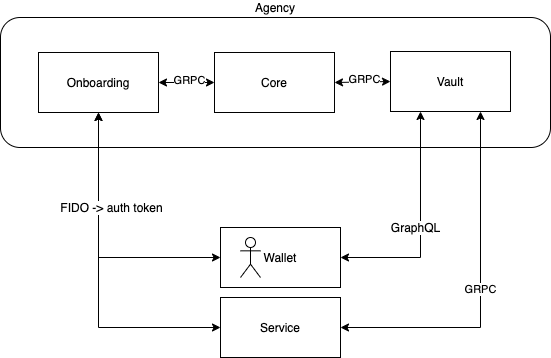
This is docs/arch-drawio.png from findy-network/findy-agent-vault, a draw.io export, as it was before one commit. Source tidied: cells renumbered, new cells last; positions are measured from the earlier drawing's top-left corner, leaving out a move shared by most shapes. The source it was exported from:
```xml
<mxGraphModel>
  <root>
    <mxCell id="0" />
    <mxCell id="1" parent="0" />
    <mxCell id="2" value="Agency" style="rounded=1;whiteSpace=wrap;html=1;labelPosition=center;verticalLabelPosition=top;align=center;verticalAlign=bottom;" parent="1" vertex="1">
      <mxGeometry width="550" height="130" as="geometry" />
    </mxCell>
    <mxCell id="3" value="Onboarding" style="rounded=0;whiteSpace=wrap;html=1;" parent="1" vertex="1">
      <mxGeometry x="38" y="35" width="120" height="60" as="geometry" />
    </mxCell>
    <mxCell id="4" value="Core" style="rounded=0;whiteSpace=wrap;html=1;" parent="1" vertex="1">
      <mxGeometry x="214" y="35" width="120" height="60" as="geometry" />
    </mxCell>
    <mxCell id="5" value="Vault" style="rounded=0;whiteSpace=wrap;html=1;" parent="1" vertex="1">
      <mxGeometry x="390" y="34" width="120" height="60" as="geometry" />
    </mxCell>
    <mxCell id="6" value="Wallet" style="rounded=0;whiteSpace=wrap;html=1;" parent="1" vertex="1">
      <mxGeometry x="220" y="210" width="120" height="60" as="geometry" />
    </mxCell>
    <mxCell id="7" style="shape=umlActor;verticalLabelPosition=bottom;verticalAlign=top;html=1;" parent="1" vertex="1">
      <mxGeometry x="240" y="220" width="20" height="40" as="geometry" />
    </mxCell>
    <mxCell id="8" style="endArrow=classic;startArrow=classic;html=1;exitX=0;exitY=0.5;exitDx=0;exitDy=0;entryX=0.5;entryY=1;entryDx=0;entryDy=0;rounded=0;" parent="1" edge="1" source="6" target="3">
      <mxGeometry relative="1" as="geometry">
        <Array as="points">
          <mxPoint x="98" y="240" />
        </Array>
      </mxGeometry>
    </mxCell>
    <mxCell id="9" style="endArrow=classic;startArrow=classic;html=1;exitX=1;exitY=0.5;exitDx=0;exitDy=0;entryX=0;entryY=0.5;entryDx=0;entryDy=0;" parent="1" edge="1" source="4" target="5">
      <mxGeometry relative="1" as="geometry" />
    </mxCell>
    <mxCell id="10" value="GRPC" style="edgeLabel;html=1;align=center;verticalAlign=middle;" parent="9" vertex="1">
      <mxGeometry x="0.08" y="3" relative="1" as="geometry" />
    </mxCell>
    <mxCell id="11" style="endArrow=classic;startArrow=classic;html=1;entryX=0.25;entryY=1;entryDx=0;entryDy=0;exitX=1;exitY=0.5;exitDx=0;exitDy=0;rounded=0;" parent="1" edge="1" source="6" target="5">
      <mxGeometry relative="1" as="geometry">
        <Array as="points">
          <mxPoint x="420" y="240" />
        </Array>
      </mxGeometry>
    </mxCell>
    <mxCell id="12" value="GraphQL" style="text;html=1;align=center;verticalAlign=middle;labelBackgroundColor=#ffffff;" parent="1" vertex="1">
      <mxGeometry x="380" y="200" width="70" height="20" as="geometry" />
    </mxCell>
    <mxCell id="13" value="Service" style="rounded=0;whiteSpace=wrap;html=1;labelBackgroundColor=#ffffff;" parent="1" vertex="1">
      <mxGeometry x="220" y="280" width="120" height="60" as="geometry" />
    </mxCell>
    <mxCell id="14" style="endArrow=classic;startArrow=classic;html=1;entryX=0;entryY=0.5;entryDx=0;entryDy=0;exitX=0.5;exitY=1;exitDx=0;exitDy=0;rounded=0;" parent="1" edge="1" source="3" target="13">
      <mxGeometry relative="1" as="geometry">
        <Array as="points">
          <mxPoint x="98" y="310" />
        </Array>
      </mxGeometry>
    </mxCell>
    <mxCell id="15" value="FIDO -&amp;gt; auth token" style="text;html=1;align=center;verticalAlign=middle;labelBackgroundColor=#ffffff;" parent="1" vertex="1">
      <mxGeometry x="51" y="180" width="120" height="20" as="geometry" />
    </mxCell>
    <mxCell id="16" value="GRPC" style="endArrow=classic;startArrow=classic;html=1;entryX=0.75;entryY=1;entryDx=0;entryDy=0;exitX=1;exitY=0.5;exitDx=0;exitDy=0;rounded=0;" parent="1" edge="1" source="13" target="5">
      <mxGeometry relative="1" as="geometry">
        <Array as="points">
          <mxPoint x="480" y="310" />
        </Array>
      </mxGeometry>
    </mxCell>
    <mxCell id="17" style="endArrow=classic;startArrow=classic;html=1;exitX=1;exitY=0.5;exitDx=0;exitDy=0;entryX=0;entryY=0.5;entryDx=0;entryDy=0;" parent="1" edge="1" source="3" target="4">
      <mxGeometry relative="1" as="geometry" />
    </mxCell>
    <mxCell id="18" value="GRPC" style="edgeLabel;html=1;align=center;verticalAlign=middle;" parent="17" vertex="1">
      <mxGeometry x="0.08" y="3" relative="1" as="geometry" />
    </mxCell>
  </root>
</mxGraphModel>
```
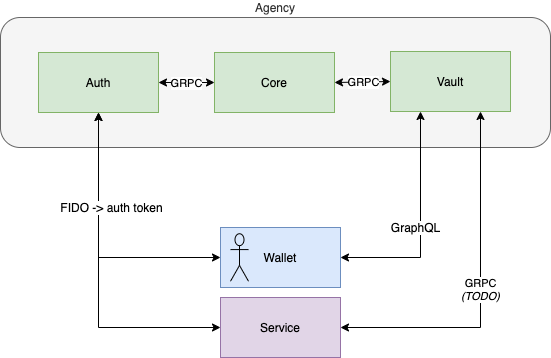
The same diagram one commit later.

Commit message:
Unify styling.

The edit, as a diff of the source:
```diff
@@ -2,23 +2,23 @@
   <root>
     <mxCell id="0" />
     <mxCell id="1" parent="0" />
-    <mxCell id="2" value="Agency" style="rounded=1;whiteSpace=wrap;html=1;labelPosition=center;verticalLabelPosition=top;align=center;verticalAlign=bottom;" parent="1" vertex="1">
+    <mxCell id="2" value="Agency" style="rounded=1;whiteSpace=wrap;html=1;labelPosition=center;verticalLabelPosition=top;align=center;verticalAlign=bottom;fillColor=#f5f5f5;strokeColor=#666666;fontColor=#333333;" parent="1" vertex="1">
       <mxGeometry width="550" height="130" as="geometry" />
     </mxCell>
-    <mxCell id="3" value="Onboarding" style="rounded=0;whiteSpace=wrap;html=1;" parent="1" vertex="1">
+    <mxCell id="3" value="Auth" style="rounded=0;whiteSpace=wrap;html=1;fillColor=#d5e8d4;strokeColor=#82b366;" parent="1" vertex="1">
       <mxGeometry x="38" y="35" width="120" height="60" as="geometry" />
     </mxCell>
-    <mxCell id="4" value="Core" style="rounded=0;whiteSpace=wrap;html=1;" parent="1" vertex="1">
+    <mxCell id="4" value="Core" style="rounded=0;whiteSpace=wrap;html=1;fillColor=#d5e8d4;strokeColor=#82b366;" parent="1" vertex="1">
       <mxGeometry x="214" y="35" width="120" height="60" as="geometry" />
     </mxCell>
-    <mxCell id="5" value="Vault" style="rounded=0;whiteSpace=wrap;html=1;" parent="1" vertex="1">
+    <mxCell id="5" value="Vault" style="rounded=0;whiteSpace=wrap;html=1;fillColor=#d5e8d4;strokeColor=#82b366;" parent="1" vertex="1">
       <mxGeometry x="390" y="34" width="120" height="60" as="geometry" />
     </mxCell>
-    <mxCell id="6" value="Wallet" style="rounded=0;whiteSpace=wrap;html=1;" parent="1" vertex="1">
+    <mxCell id="6" value="Wallet" style="rounded=0;whiteSpace=wrap;html=1;fillColor=#dae8fc;strokeColor=#6c8ebf;" parent="1" vertex="1">
       <mxGeometry x="220" y="210" width="120" height="60" as="geometry" />
     </mxCell>
-    <mxCell id="7" style="shape=umlActor;verticalLabelPosition=bottom;verticalAlign=top;html=1;" parent="1" vertex="1">
-      <mxGeometry x="240" y="220" width="20" height="40" as="geometry" />
+    <mxCell id="7" style="shape=umlActor;verticalLabelPosition=bottom;verticalAlign=top;html=1;fillColor=none;" parent="1" vertex="1">
+      <mxGeometry x="230" y="216.2" width="18" height="47.5" as="geometry" />
     </mxCell>
     <mxCell id="8" style="endArrow=classic;startArrow=classic;html=1;exitX=0;exitY=0.5;exitDx=0;exitDy=0;entryX=0.5;entryY=1;entryDx=0;entryDy=0;rounded=0;" parent="1" edge="1" source="6" target="3">
       <mxGeometry relative="1" as="geometry">
@@ -31,7 +31,9 @@
       <mxGeometry relative="1" as="geometry" />
     </mxCell>
     <mxCell id="10" value="GRPC" style="edgeLabel;html=1;align=center;verticalAlign=middle;" parent="9" vertex="1">
-      <mxGeometry x="0.08" y="3" relative="1" as="geometry" />
+      <mxGeometry x="0.08" y="3" relative="1" as="geometry">
+        <mxPoint x="-1" y="2.5" as="offset" />
+      </mxGeometry>
     </mxCell>
     <mxCell id="11" style="endArrow=classic;startArrow=classic;html=1;entryX=0.25;entryY=1;entryDx=0;entryDy=0;exitX=1;exitY=0.5;exitDx=0;exitDy=0;rounded=0;" parent="1" edge="1" source="6" target="5">
       <mxGeometry relative="1" as="geometry">
@@ -43,7 +45,7 @@
     <mxCell id="12" value="GraphQL" style="text;html=1;align=center;verticalAlign=middle;labelBackgroundColor=#ffffff;" parent="1" vertex="1">
       <mxGeometry x="380" y="200" width="70" height="20" as="geometry" />
     </mxCell>
-    <mxCell id="13" value="Service" style="rounded=0;whiteSpace=wrap;html=1;labelBackgroundColor=#ffffff;" parent="1" vertex="1">
+    <mxCell id="13" value="Service" style="rounded=0;whiteSpace=wrap;html=1;labelBackgroundColor=none;fillColor=#e1d5e7;strokeColor=#9673a6;" parent="1" vertex="1">
       <mxGeometry x="220" y="280" width="120" height="60" as="geometry" />
     </mxCell>
     <mxCell id="14" style="endArrow=classic;startArrow=classic;html=1;entryX=0;entryY=0.5;entryDx=0;entryDy=0;exitX=0.5;exitY=1;exitDx=0;exitDy=0;rounded=0;" parent="1" edge="1" source="3" target="13">
@@ -56,7 +58,7 @@
     <mxCell id="15" value="FIDO -&amp;gt; auth token" style="text;html=1;align=center;verticalAlign=middle;labelBackgroundColor=#ffffff;" parent="1" vertex="1">
       <mxGeometry x="51" y="180" width="120" height="20" as="geometry" />
     </mxCell>
-    <mxCell id="16" value="GRPC" style="endArrow=classic;startArrow=classic;html=1;entryX=0.75;entryY=1;entryDx=0;entryDy=0;exitX=1;exitY=0.5;exitDx=0;exitDy=0;rounded=0;" parent="1" edge="1" source="13" target="5">
+    <mxCell id="16" value="GRPC&lt;br&gt;&lt;i&gt;(TODO)&lt;/i&gt;" style="endArrow=classic;startArrow=classic;html=1;entryX=0.75;entryY=1;entryDx=0;entryDy=0;exitX=1;exitY=0.5;exitDx=0;exitDy=0;rounded=0;" parent="1" edge="1" source="13" target="5">
       <mxGeometry relative="1" as="geometry">
         <Array as="points">
           <mxPoint x="480" y="310" />
@@ -67,7 +69,9 @@
       <mxGeometry relative="1" as="geometry" />
     </mxCell>
     <mxCell id="18" value="GRPC" style="edgeLabel;html=1;align=center;verticalAlign=middle;" parent="17" vertex="1">
-      <mxGeometry x="0.08" y="3" relative="1" as="geometry" />
+      <mxGeometry x="0.08" y="3" relative="1" as="geometry">
+        <mxPoint x="-3" y="3" as="offset" />
+      </mxGeometry>
     </mxCell>
   </root>
 </mxGraphModel>
```
